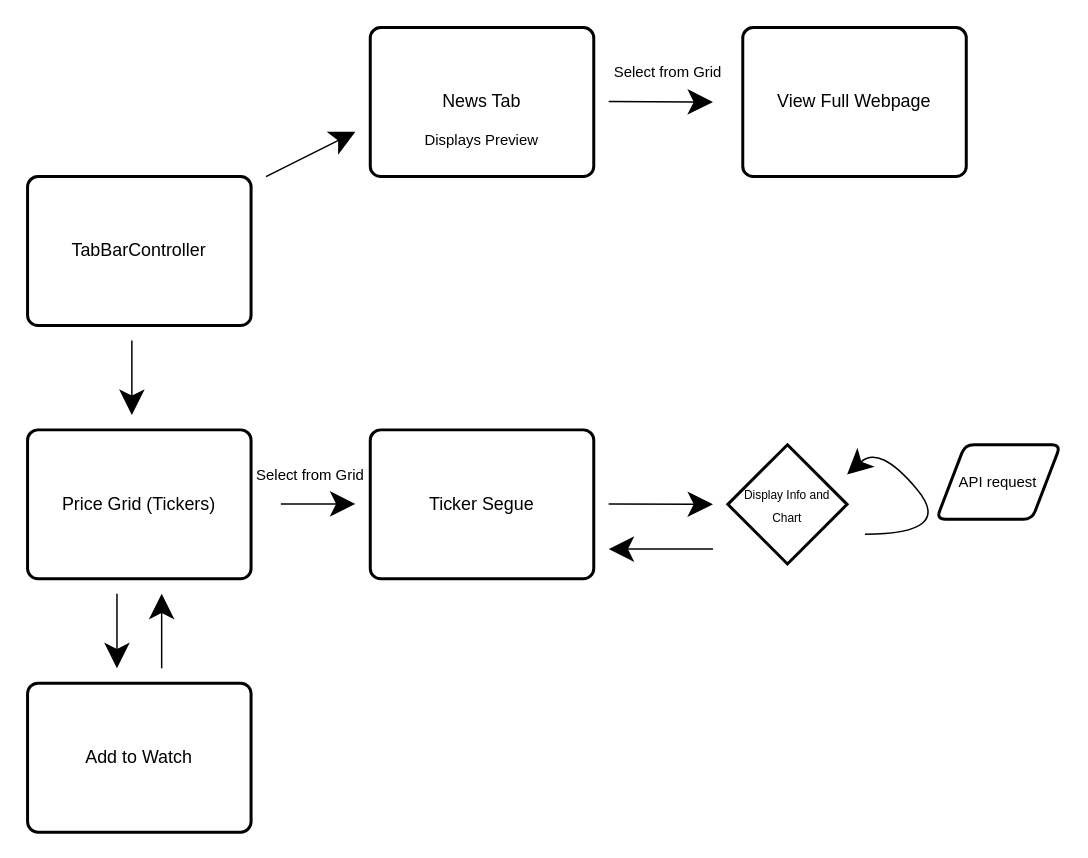
alexander-bui/cosc4355_ios_app_project keeps this draw.io diagram as app_specifications/user_flow_diagram.drawio. Above is the earlier version. Source tidied: cells renumbered, new cells numbered last; positions are measured from the earlier drawing's top-left corner, leaving out a move shared by most shapes. Both pictures are drawn from the tidied source at 149%, with x=0, y=0 at pixel (27, 27).
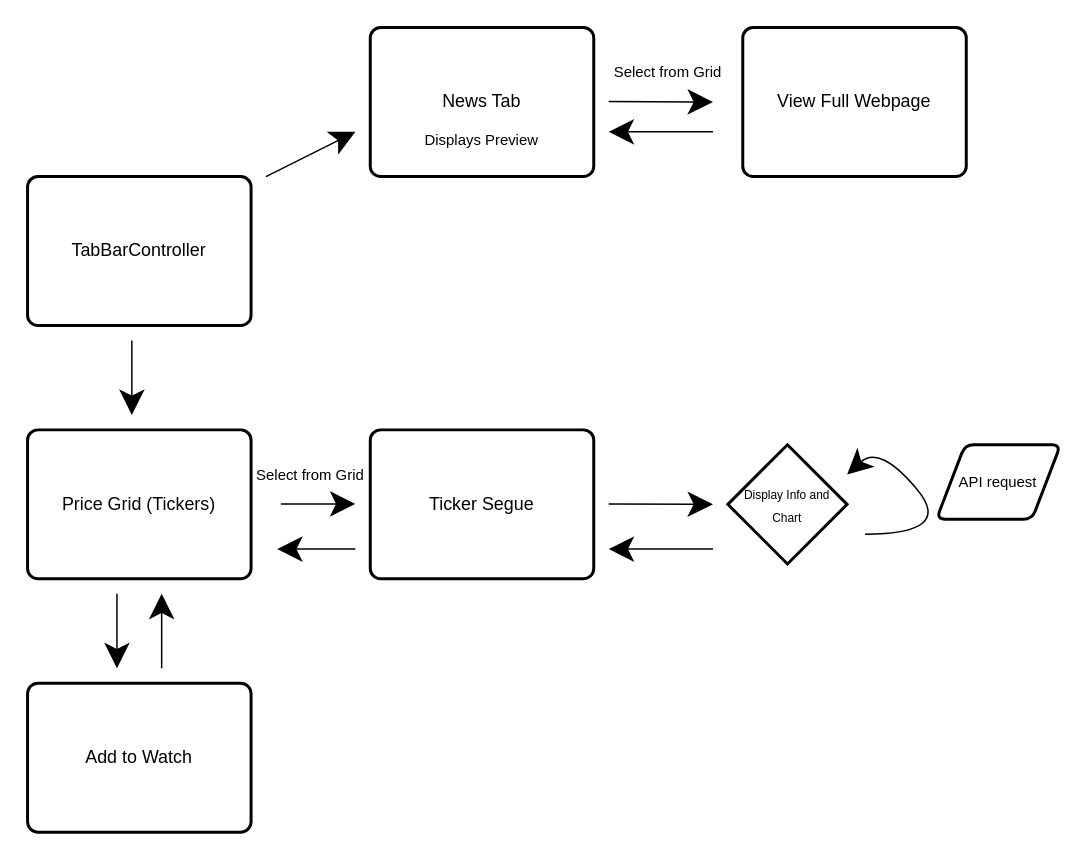
After the change.

The edit, as a diff of the source:
```diff
@@
+    <mxCell id="22" style="endArrow=classic;html=1;startSize=14;endSize=14;sourcePerimeterSpacing=8;targetPerimeterSpacing=8;" parent="1" edge="1">
+      <mxGeometry relative="1" as="geometry">
+        <mxPoint x="460" y="70" as="sourcePoint" />
+        <mxPoint x="390" y="70" as="targetPoint" />
+      </mxGeometry>
+    </mxCell>
+    <mxCell id="23" style="endArrow=classic;html=1;startSize=14;endSize=14;sourcePerimeterSpacing=8;targetPerimeterSpacing=8;" parent="1" edge="1">
+      <mxGeometry relative="1" as="geometry">
+        <mxPoint x="220" y="350" as="sourcePoint" />
+        <mxPoint x="167.5" y="350" as="targetPoint" />
+      </mxGeometry>
+    </mxCell>
```
